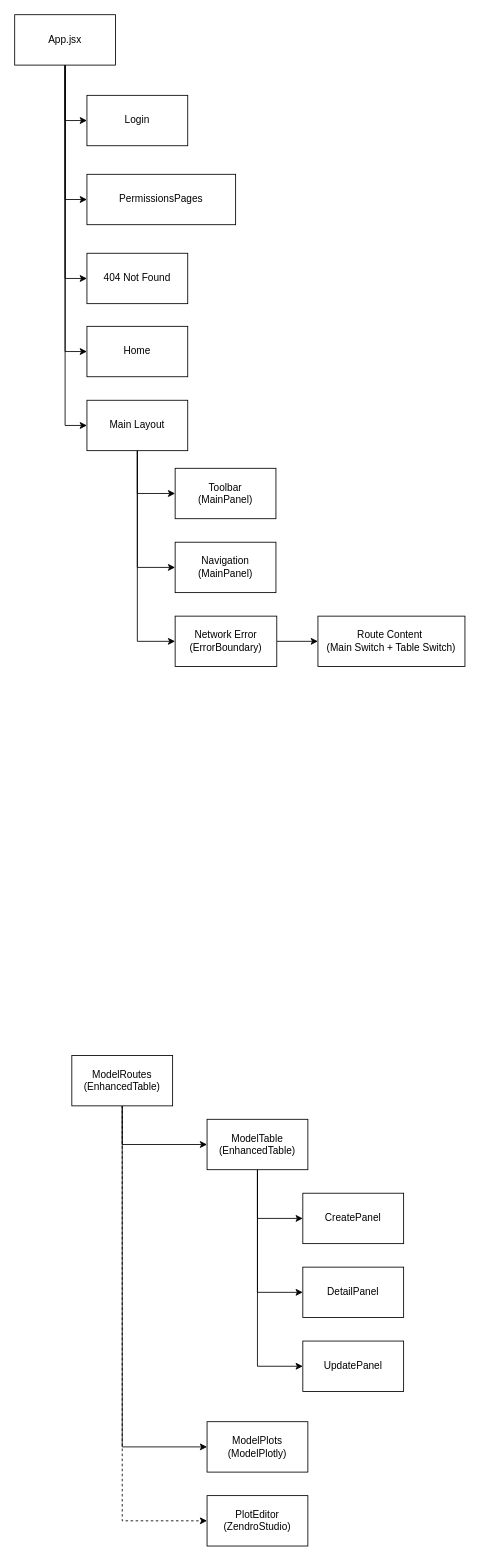
Before: docs/app-design.drawio in Zendro-dev/Sandbox, a draw.io diagram. Source tidied: cells renumbered, new cells numbered last; positions are measured from the earlier drawing's top-left corner, leaving out a move shared by most shapes. Both pictures are drawn from the tidied source at 84%, with x=0, y=0 at pixel (14, 14).
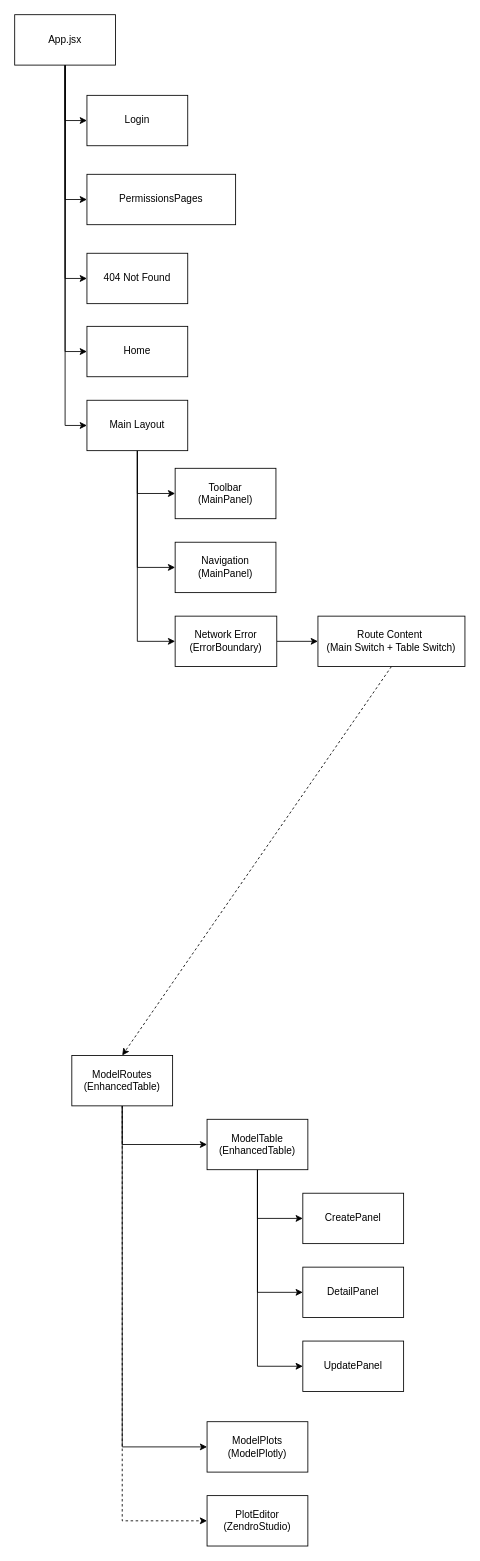
After the change.

Commit message:
docs: add loose connection beyween main routes and model routes diagrams

Unchanged cells that the change refers to:
```xml
<mxCell id="13" value="Route&amp;nbsp;Content&amp;nbsp;&lt;br&gt;(Main Switch + Table Switch)" style="whiteSpace=wrap;html=1;rounded=0;" parent="1" vertex="1">
  <mxGeometry x="361" y="716" width="175" height="60" as="geometry" />
</mxCell>
<mxCell id="26" value="ModelRoutes&lt;br&gt;(EnhancedTable)" style="rounded=0;whiteSpace=wrap;html=1;" parent="1" vertex="1">
  <mxGeometry x="68" y="1239" width="120" height="60" as="geometry" />
</mxCell>
```

The edit, as a diff of the source:
```diff
@@
+    <mxCell id="34" style="rounded=0;jettySize=auto;html=1;exitX=0.5;exitY=1;exitDx=0;exitDy=0;entryX=0.5;entryY=0;entryDx=0;entryDy=0;dashed=1;" parent="1" edge="1" source="13" target="26">
+      <mxGeometry relative="1" as="geometry" />
+    </mxCell>
```
